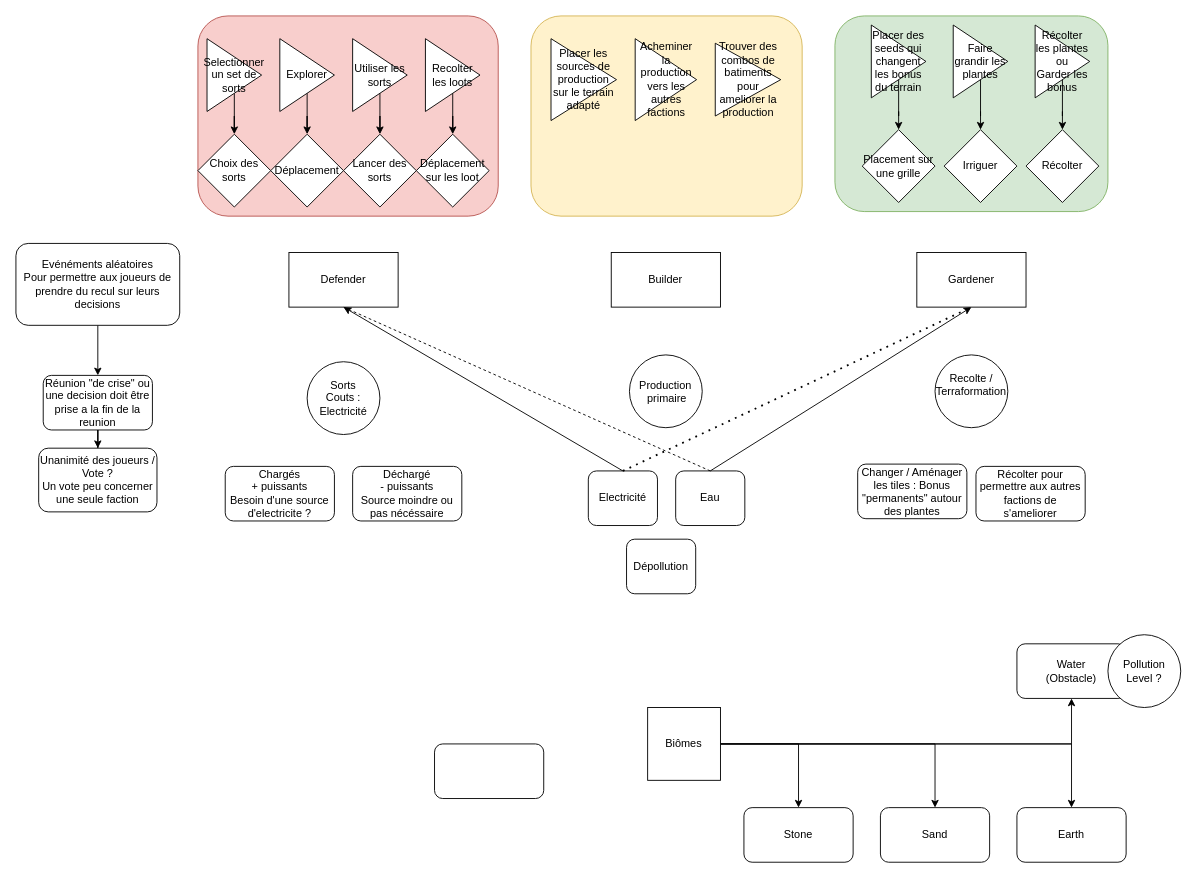
Above: Untitled Diagram.drawio in JulienAldon/AsymetricCoop (draw.io), before the change. Source tidied: cells renumbered, new cells numbered last; positions are measured from the earlier drawing's top-left corner, leaving out a move shared by most shapes. Both pictures are drawn from the tidied source at 91%, with x=0, y=0 at pixel (15, 15).
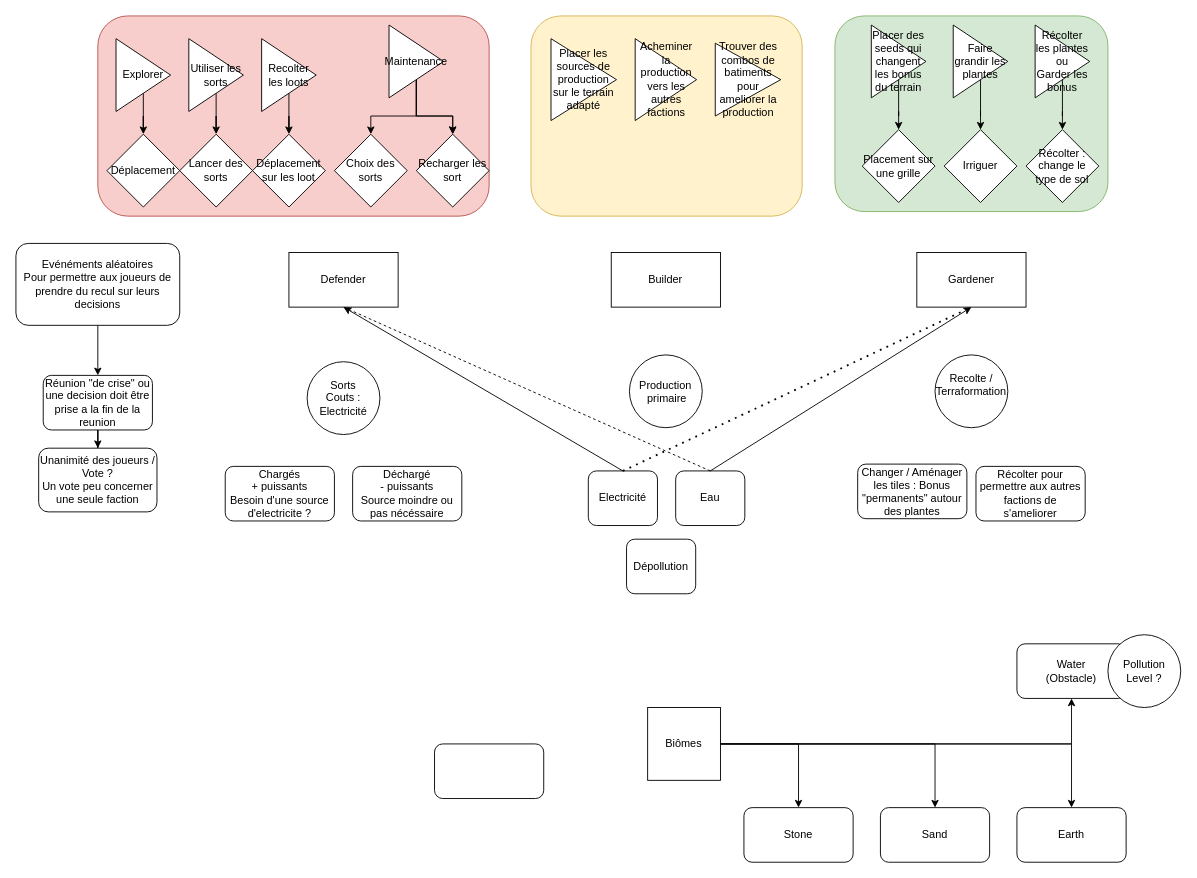
Above is the later version.

Diff of the diagram source:
```diff
@@
     <mxCell id="2" style="rounded=1;whiteSpace=wrap;html=1;fillColor=#f8cecc;strokeColor=#b85450;" parent="1" vertex="1">
-      <mxGeometry x="200" width="330" height="220" as="geometry" />
+      <mxGeometry x="90" width="430" height="220" as="geometry" />
     </mxCell>
@@
     <mxCell id="19" value="Explorer" style="triangle;whiteSpace=wrap;html=1;" parent="1" vertex="1">
-      <mxGeometry x="290" y="25" width="60" height="80" as="geometry" />
+      <mxGeometry x="110" y="25" width="60" height="80" as="geometry" />
     </mxCell>
-    <mxCell id="20" style="edgeStyle=orthogonalEdgeStyle;rounded=0;jettySize=auto;html=1;" parent="1" edge="1" source="21" target="33">
-      <mxGeometry relative="1" as="geometry" />
-    </mxCell>
-    <mxCell id="21" value="Selectionner un set de sorts" style="triangle;whiteSpace=wrap;html=1;" parent="1" vertex="1">
-      <mxGeometry x="210" y="25" width="60" height="80" as="geometry" />
-    </mxCell>
@@
     <mxCell id="23" value="Utiliser les sorts" style="triangle;whiteSpace=wrap;html=1;" parent="1" vertex="1">
-      <mxGeometry x="370" y="25" width="60" height="80" as="geometry" />
+      <mxGeometry x="190" y="25" width="60" height="80" as="geometry" />
     </mxCell>
@@
     <mxCell id="25" value="Recolter les loots" style="triangle;whiteSpace=wrap;html=1;" parent="1" vertex="1">
-      <mxGeometry x="450" y="25" width="60" height="80" as="geometry" />
+      <mxGeometry x="270" y="25" width="60" height="80" as="geometry" />
     </mxCell>
@@
     <mxCell id="33" value="Choix des sorts" style="rhombus;whiteSpace=wrap;html=1;" parent="1" vertex="1">
-      <mxGeometry x="200" y="130" width="80" height="80" as="geometry" />
+      <mxGeometry x="350" y="130" width="80" height="80" as="geometry" />
     </mxCell>
     <mxCell id="34" value="Déplacement" style="rhombus;whiteSpace=wrap;html=1;" parent="1" vertex="1">
-      <mxGeometry x="280" y="130" width="80" height="80" as="geometry" />
+      <mxGeometry x="100" y="130" width="80" height="80" as="geometry" />
     </mxCell>
     <mxCell id="35" value="Lancer des sorts" style="rhombus;whiteSpace=wrap;html=1;" parent="1" vertex="1">
-      <mxGeometry x="360" y="130" width="80" height="80" as="geometry" />
+      <mxGeometry x="180" y="130" width="80" height="80" as="geometry" />
     </mxCell>
     <mxCell id="36" value="Déplacement sur les loot" style="rhombus;whiteSpace=wrap;html=1;" parent="1" vertex="1">
-      <mxGeometry x="440" y="130" width="80" height="80" as="geometry" />
+      <mxGeometry x="260" y="130" width="80" height="80" as="geometry" />
     </mxCell>
@@
-    <mxCell id="50" value="Récolter" style="rhombus;whiteSpace=wrap;html=1;" parent="1" vertex="1">
+    <mxCell id="50" value="&lt;div&gt;Récolter : change le type de sol&lt;/div&gt;" style="rhombus;whiteSpace=wrap;html=1;" parent="1" vertex="1">
       <mxGeometry x="1110" y="125" width="80" height="80" as="geometry" />
     </mxCell>
@@
+    <mxCell id="62" style="edgeStyle=orthogonalEdgeStyle;rounded=0;jettySize=auto;html=1;" parent="1" edge="1" source="65" target="66">
+      <mxGeometry relative="1" as="geometry" />
+    </mxCell>
+    <mxCell id="63" style="edgeStyle=orthogonalEdgeStyle;rounded=0;jettySize=auto;html=1;" parent="1" edge="1" source="65" target="66">
+      <mxGeometry relative="1" as="geometry" />
+    </mxCell>
+    <mxCell id="64" style="edgeStyle=orthogonalEdgeStyle;rounded=0;jettySize=auto;html=1;" parent="1" edge="1" source="65" target="33">
+      <mxGeometry relative="1" as="geometry" />
+    </mxCell>
+    <mxCell id="65" value="&lt;div&gt;Maintenance&lt;/div&gt;" style="triangle;whiteSpace=wrap;html=1;" parent="1" vertex="1">
+      <mxGeometry x="410" y="10" width="60" height="80" as="geometry" />
+    </mxCell>
+    <mxCell id="66" value="&lt;div&gt;Recharger les sort&lt;/div&gt;" style="rhombus;whiteSpace=wrap;html=1;" parent="1" vertex="1">
+      <mxGeometry x="440" y="130" width="80" height="80" as="geometry" />
+    </mxCell>
```
